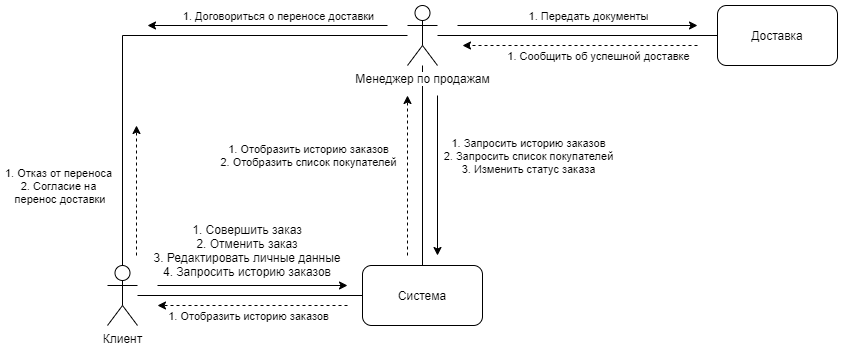
pieceee/water-order keeps this draw.io diagram as Документация/diagrams/communication.png. Above is the earlier version. Source tidied: cells renumbered, new cells last; positions are measured from the earlier drawing's top-left corner, leaving out a move shared by most shapes. Source of this version:
```xml
<mxGraphModel background="#ffffff">
  <root>
    <mxCell id="0" />
    <mxCell id="1" parent="0" />
    <mxCell id="2" style="edgeStyle=orthogonalEdgeStyle;rounded=0;jettySize=auto;html=1;entryX=0;entryY=0.5;entryDx=0;entryDy=0;endArrow=none;endFill=0;" parent="1" edge="1" source="3" target="8">
      <mxGeometry relative="1" as="geometry" />
    </mxCell>
    <mxCell id="3" value="Клиент" style="shape=umlActor;verticalLabelPosition=bottom;labelBackgroundColor=#ffffff;verticalAlign=top;html=1;outlineConnect=0;" parent="1" vertex="1">
      <mxGeometry y="260" width="30" height="60" as="geometry" />
    </mxCell>
    <mxCell id="4" style="edgeStyle=orthogonalEdgeStyle;rounded=0;jettySize=auto;html=1;entryX=0.5;entryY=0;entryDx=0;entryDy=0;endArrow=none;endFill=0;" parent="1" edge="1" source="7" target="8">
      <mxGeometry relative="1" as="geometry" />
    </mxCell>
    <mxCell id="5" style="edgeStyle=orthogonalEdgeStyle;rounded=0;jettySize=auto;html=1;endArrow=none;endFill=0;" parent="1" edge="1" source="7" target="3">
      <mxGeometry relative="1" as="geometry" />
    </mxCell>
    <mxCell id="6" style="edgeStyle=orthogonalEdgeStyle;rounded=0;jettySize=auto;html=1;entryX=0;entryY=0.5;entryDx=0;entryDy=0;endArrow=none;endFill=0;" parent="1" edge="1" source="7" target="9">
      <mxGeometry relative="1" as="geometry" />
    </mxCell>
    <mxCell id="7" value="Менеджер по продажам" style="shape=umlActor;verticalLabelPosition=bottom;labelBackgroundColor=#ffffff;verticalAlign=top;html=1;outlineConnect=0;" parent="1" vertex="1">
      <mxGeometry x="300" width="30" height="60" as="geometry" />
    </mxCell>
    <mxCell id="8" value="Система" style="rounded=1;whiteSpace=wrap;html=1;" parent="1" vertex="1">
      <mxGeometry x="255" y="260" width="120" height="60" as="geometry" />
    </mxCell>
    <mxCell id="9" value="Доставка" style="rounded=1;whiteSpace=wrap;html=1;" parent="1" vertex="1">
      <mxGeometry x="610" width="120" height="60" as="geometry" />
    </mxCell>
    <mxCell id="10" style="endArrow=classic;html=1;" parent="1" edge="1">
      <mxGeometry relative="1" as="geometry">
        <mxPoint x="50" y="280" as="sourcePoint" />
        <mxPoint x="240" y="280" as="targetPoint" />
      </mxGeometry>
    </mxCell>
    <mxCell id="11" style="endArrow=classic;html=1;dashed=1;" parent="1" edge="1">
      <mxGeometry relative="1" as="geometry">
        <mxPoint x="240" y="300" as="sourcePoint" />
        <mxPoint x="50" y="300" as="targetPoint" />
      </mxGeometry>
    </mxCell>
    <mxCell id="12" value="1. Отобразить историю заказов" style="edgeLabel;html=1;align=center;verticalAlign=middle;" parent="11" vertex="1">
      <mxGeometry x="-0.24" y="1" relative="1" as="geometry">
        <mxPoint x="-27" y="9" as="offset" />
      </mxGeometry>
    </mxCell>
    <mxCell id="13" value="1. Совершить заказ&lt;br&gt;2. Отменить заказ&lt;br&gt;3. Редактировать личные данные&lt;br&gt;4. Запросить историю заказов" style="text;html=1;strokeColor=none;fillColor=none;align=center;verticalAlign=middle;whiteSpace=wrap;rounded=0;" parent="1" vertex="1">
      <mxGeometry x="40" y="230" width="200" height="30" as="geometry" />
    </mxCell>
    <mxCell id="14" style="endArrow=classic;html=1;" parent="1" edge="1">
      <mxGeometry relative="1" as="geometry">
        <mxPoint x="330" y="90" as="sourcePoint" />
        <mxPoint x="330" y="250" as="targetPoint" />
      </mxGeometry>
    </mxCell>
    <mxCell id="15" value="1. Запросить историю заказов&lt;br&gt;2. Запросить список покупателей&lt;br&gt;3. Изменить статус заказа" style="edgeLabel;html=1;align=center;verticalAlign=middle;" parent="14" vertex="1">
      <mxGeometry x="0.35" y="1" relative="1" as="geometry">
        <mxPoint x="89" y="-48" as="offset" />
      </mxGeometry>
    </mxCell>
    <mxCell id="16" style="endArrow=classic;html=1;dashed=1;" parent="1" edge="1">
      <mxGeometry relative="1" as="geometry">
        <mxPoint x="300" y="250" as="sourcePoint" />
        <mxPoint x="300" y="90" as="targetPoint" />
      </mxGeometry>
    </mxCell>
    <mxCell id="17" value="1. Отобразить историю заказов&lt;br&gt;2. Отобразить список покупателей" style="edgeLabel;html=1;align=center;verticalAlign=middle;" parent="16" vertex="1">
      <mxGeometry x="0.38" y="2" relative="1" as="geometry">
        <mxPoint x="-98" y="10" as="offset" />
      </mxGeometry>
    </mxCell>
    <mxCell id="18" style="endArrow=classic;html=1;" parent="1" edge="1">
      <mxGeometry relative="1" as="geometry">
        <mxPoint x="280" y="20" as="sourcePoint" />
        <mxPoint x="40" y="20" as="targetPoint" />
      </mxGeometry>
    </mxCell>
    <mxCell id="19" value="1. Договориться о переносе доставки" style="edgeLabel;html=1;align=center;verticalAlign=middle;" parent="18" vertex="1">
      <mxGeometry x="-0.37" y="-2" relative="1" as="geometry">
        <mxPoint x="-34.6" y="-8" as="offset" />
      </mxGeometry>
    </mxCell>
    <mxCell id="20" style="endArrow=classic;html=1;dashed=1;" parent="1" edge="1">
      <mxGeometry relative="1" as="geometry">
        <mxPoint x="29" y="250" as="sourcePoint" />
        <mxPoint x="29" y="120" as="targetPoint" />
        <Array as="points">
          <mxPoint x="29" y="190" />
        </Array>
      </mxGeometry>
    </mxCell>
    <mxCell id="21" value="1. Отказ от переноса&lt;br&gt;2. Согласие на&lt;br&gt;&amp;nbsp;перенос доставки" style="edgeLabel;html=1;align=center;verticalAlign=middle;" parent="20" vertex="1">
      <mxGeometry x="0.22" y="2" relative="1" as="geometry">
        <mxPoint x="-77" y="9.2" as="offset" />
      </mxGeometry>
    </mxCell>
    <mxCell id="22" style="endArrow=classic;html=1;" parent="1" edge="1">
      <mxGeometry relative="1" as="geometry">
        <mxPoint x="350" y="20" as="sourcePoint" />
        <mxPoint x="590" y="20" as="targetPoint" />
      </mxGeometry>
    </mxCell>
    <mxCell id="23" value="1. Передать документы" style="edgeLabel;html=1;align=center;verticalAlign=middle;" parent="22" vertex="1">
      <mxGeometry x="-0.38" relative="1" as="geometry">
        <mxPoint x="56" y="-10" as="offset" />
      </mxGeometry>
    </mxCell>
    <mxCell id="24" style="endArrow=classic;html=1;dashed=1;" parent="1" edge="1">
      <mxGeometry relative="1" as="geometry">
        <mxPoint x="590" y="40" as="sourcePoint" />
        <mxPoint x="355" y="40" as="targetPoint" />
      </mxGeometry>
    </mxCell>
    <mxCell id="25" value="1. Сообщить об успешной доставке" style="edgeLabel;html=1;align=center;verticalAlign=middle;" parent="24" vertex="1">
      <mxGeometry x="-0.38" relative="1" as="geometry">
        <mxPoint x="-27" y="10" as="offset" />
      </mxGeometry>
    </mxCell>
  </root>
</mxGraphModel>
```
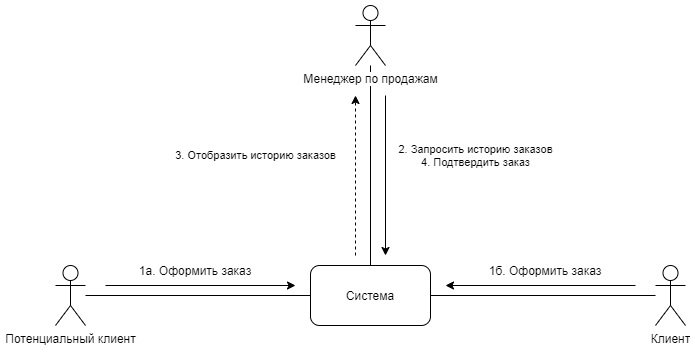
After the commit.

Commit message:
sequence frames, communication fix

Diff of the diagram source:
```diff
@@ -5,46 +5,26 @@
     <mxCell id="2" style="edgeStyle=orthogonalEdgeStyle;rounded=0;jettySize=auto;html=1;entryX=0;entryY=0.5;entryDx=0;entryDy=0;endArrow=none;endFill=0;" parent="1" edge="1" source="3" target="8">
       <mxGeometry relative="1" as="geometry" />
     </mxCell>
-    <mxCell id="3" value="Клиент" style="shape=umlActor;verticalLabelPosition=bottom;labelBackgroundColor=#ffffff;verticalAlign=top;html=1;outlineConnect=0;" parent="1" vertex="1">
+    <mxCell id="3" value="Потенциальный клиент" style="shape=umlActor;verticalLabelPosition=bottom;labelBackgroundColor=#ffffff;verticalAlign=top;html=1;outlineConnect=0;" parent="1" vertex="1">
       <mxGeometry y="260" width="30" height="60" as="geometry" />
     </mxCell>
     <mxCell id="4" style="edgeStyle=orthogonalEdgeStyle;rounded=0;jettySize=auto;html=1;entryX=0.5;entryY=0;entryDx=0;entryDy=0;endArrow=none;endFill=0;" parent="1" edge="1" source="7" target="8">
       <mxGeometry relative="1" as="geometry" />
     </mxCell>
-    <mxCell id="5" style="edgeStyle=orthogonalEdgeStyle;rounded=0;jettySize=auto;html=1;endArrow=none;endFill=0;" parent="1" edge="1" source="7" target="3">
-      <mxGeometry relative="1" as="geometry" />
-    </mxCell>
-    <mxCell id="6" style="edgeStyle=orthogonalEdgeStyle;rounded=0;jettySize=auto;html=1;entryX=0;entryY=0.5;entryDx=0;entryDy=0;endArrow=none;endFill=0;" parent="1" edge="1" source="7" target="9">
-      <mxGeometry relative="1" as="geometry" />
-    </mxCell>
     <mxCell id="7" value="Менеджер по продажам" style="shape=umlActor;verticalLabelPosition=bottom;labelBackgroundColor=#ffffff;verticalAlign=top;html=1;outlineConnect=0;" parent="1" vertex="1">
       <mxGeometry x="300" width="30" height="60" as="geometry" />
     </mxCell>
     <mxCell id="8" value="Система" style="rounded=1;whiteSpace=wrap;html=1;" parent="1" vertex="1">
       <mxGeometry x="255" y="260" width="120" height="60" as="geometry" />
     </mxCell>
-    <mxCell id="9" value="Доставка" style="rounded=1;whiteSpace=wrap;html=1;" parent="1" vertex="1">
-      <mxGeometry x="610" width="120" height="60" as="geometry" />
-    </mxCell>
     <mxCell id="10" style="endArrow=classic;html=1;" parent="1" edge="1">
       <mxGeometry relative="1" as="geometry">
         <mxPoint x="50" y="280" as="sourcePoint" />
         <mxPoint x="240" y="280" as="targetPoint" />
       </mxGeometry>
     </mxCell>
-    <mxCell id="11" style="endArrow=classic;html=1;dashed=1;" parent="1" edge="1">
-      <mxGeometry relative="1" as="geometry">
-        <mxPoint x="240" y="300" as="sourcePoint" />
-        <mxPoint x="50" y="300" as="targetPoint" />
-      </mxGeometry>
-    </mxCell>
-    <mxCell id="12" value="1. Отобразить историю заказов" style="edgeLabel;html=1;align=center;verticalAlign=middle;" parent="11" vertex="1">
-      <mxGeometry x="-0.24" y="1" relative="1" as="geometry">
-        <mxPoint x="-27" y="9" as="offset" />
-      </mxGeometry>
-    </mxCell>
-    <mxCell id="13" value="1. Совершить заказ&lt;br&gt;2. Отменить заказ&lt;br&gt;3. Редактировать личные данные&lt;br&gt;4. Запросить историю заказов" style="text;html=1;strokeColor=none;fillColor=none;align=center;verticalAlign=middle;whiteSpace=wrap;rounded=0;" parent="1" vertex="1">
-      <mxGeometry x="40" y="230" width="200" height="30" as="geometry" />
+    <mxCell id="13" value="1а. Оформить заказ" style="text;html=1;strokeColor=none;fillColor=none;align=center;verticalAlign=middle;whiteSpace=wrap;rounded=0;" parent="1" vertex="1">
+      <mxGeometry x="40" y="250" width="200" height="30" as="geometry" />
     </mxCell>
     <mxCell id="14" style="endArrow=classic;html=1;" parent="1" edge="1">
       <mxGeometry relative="1" as="geometry">
@@ -52,7 +32,7 @@
         <mxPoint x="330" y="250" as="targetPoint" />
       </mxGeometry>
     </mxCell>
-    <mxCell id="15" value="1. Запросить историю заказов&lt;br&gt;2. Запросить список покупателей&lt;br&gt;3. Изменить статус заказа" style="edgeLabel;html=1;align=center;verticalAlign=middle;" parent="14" vertex="1">
+    <mxCell id="15" value="2. Запросить историю заказов&lt;br&gt;4. Подтвердить заказ" style="edgeLabel;html=1;align=center;verticalAlign=middle;" parent="14" vertex="1">
       <mxGeometry x="0.35" y="1" relative="1" as="geometry">
         <mxPoint x="89" y="-48" as="offset" />
       </mxGeometry>
@@ -63,57 +43,25 @@
         <mxPoint x="300" y="90" as="targetPoint" />
       </mxGeometry>
     </mxCell>
-    <mxCell id="17" value="1. Отобразить историю заказов&lt;br&gt;2. Отобразить список покупателей" style="edgeLabel;html=1;align=center;verticalAlign=middle;" parent="16" vertex="1">
+    <mxCell id="17" value="3. Отобразить историю заказов" style="edgeLabel;html=1;align=center;verticalAlign=middle;" parent="16" vertex="1">
       <mxGeometry x="0.38" y="2" relative="1" as="geometry">
         <mxPoint x="-98" y="10" as="offset" />
       </mxGeometry>
     </mxCell>
-    <mxCell id="18" style="endArrow=classic;html=1;" parent="1" edge="1">
-      <mxGeometry relative="1" as="geometry">
-        <mxPoint x="280" y="20" as="sourcePoint" />
-        <mxPoint x="40" y="20" as="targetPoint" />
-      </mxGeometry>
-    </mxCell>
-    <mxCell id="19" value="1. Договориться о переносе доставки" style="edgeLabel;html=1;align=center;verticalAlign=middle;" parent="18" vertex="1">
-      <mxGeometry x="-0.37" y="-2" relative="1" as="geometry">
-        <mxPoint x="-34.6" y="-8" as="offset" />
-      </mxGeometry>
-    </mxCell>
-    <mxCell id="20" style="endArrow=classic;html=1;dashed=1;" parent="1" edge="1">
-      <mxGeometry relative="1" as="geometry">
-        <mxPoint x="29" y="250" as="sourcePoint" />
-        <mxPoint x="29" y="120" as="targetPoint" />
-        <Array as="points">
-          <mxPoint x="29" y="190" />
-        </Array>
-      </mxGeometry>
-    </mxCell>
-    <mxCell id="21" value="1. Отказ от переноса&lt;br&gt;2. Согласие на&lt;br&gt;&amp;nbsp;перенос доставки" style="edgeLabel;html=1;align=center;verticalAlign=middle;" parent="20" vertex="1">
-      <mxGeometry x="0.22" y="2" relative="1" as="geometry">
-        <mxPoint x="-77" y="9.2" as="offset" />
-      </mxGeometry>
-    </mxCell>
-    <mxCell id="22" style="endArrow=classic;html=1;" parent="1" edge="1">
-      <mxGeometry relative="1" as="geometry">
-        <mxPoint x="350" y="20" as="sourcePoint" />
-        <mxPoint x="590" y="20" as="targetPoint" />
-      </mxGeometry>
-    </mxCell>
-    <mxCell id="23" value="1. Передать документы" style="edgeLabel;html=1;align=center;verticalAlign=middle;" parent="22" vertex="1">
-      <mxGeometry x="-0.38" relative="1" as="geometry">
-        <mxPoint x="56" y="-10" as="offset" />
-      </mxGeometry>
-    </mxCell>
-    <mxCell id="24" style="endArrow=classic;html=1;dashed=1;" parent="1" edge="1">
-      <mxGeometry relative="1" as="geometry">
-        <mxPoint x="590" y="40" as="sourcePoint" />
-        <mxPoint x="355" y="40" as="targetPoint" />
-      </mxGeometry>
-    </mxCell>
-    <mxCell id="25" value="1. Сообщить об успешной доставке" style="edgeLabel;html=1;align=center;verticalAlign=middle;" parent="24" vertex="1">
-      <mxGeometry x="-0.38" relative="1" as="geometry">
-        <mxPoint x="-27" y="10" as="offset" />
-      </mxGeometry>
-    </mxCell>
+    <mxCell id="26" style="edgeStyle=orthogonalEdgeStyle;rounded=0;jettySize=auto;html=1;endArrow=none;endFill=0;entryX=1;entryY=0.5;entryDx=0;entryDy=0;" parent="1" edge="1" source="27" target="8">
+      <mxGeometry relative="1" as="geometry" />
+    </mxCell>
+    <mxCell id="27" value="Клиент" style="shape=umlActor;verticalLabelPosition=bottom;labelBackgroundColor=#ffffff;verticalAlign=top;html=1;outlineConnect=0;direction=east;" parent="1" vertex="1">
+      <mxGeometry x="600" y="260" width="30" height="60" as="geometry" />
+    </mxCell>
+    <mxCell id="28" value="1б. Оформить заказ" style="text;html=1;strokeColor=none;fillColor=none;align=center;verticalAlign=middle;whiteSpace=wrap;rounded=0;direction=east;" parent="1" vertex="1">
+      <mxGeometry x="390" y="250" width="200" height="30" as="geometry" />
+    </mxCell>
+    <mxCell id="29" style="endArrow=classic;html=1;" parent="1" edge="1">
+      <mxGeometry relative="1" as="geometry">
+        <mxPoint x="580" y="280" as="sourcePoint" />
+        <mxPoint x="390" y="280" as="targetPoint" />
+      </mxGeometry>
+    </mxCell>
   </root>
 </mxGraphModel>
```
